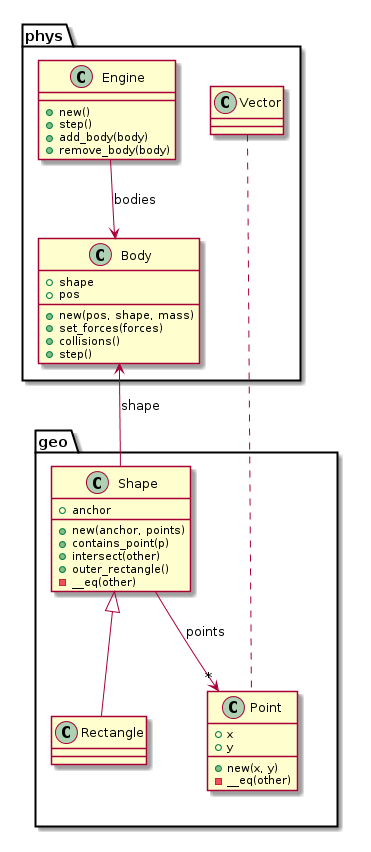
Above: doc/phys.png in andrenho/newhope (PlantUML), before the change. Its diagram source:
```plantuml
@startuml

package "geo" {
	Shape --> "*" Point : points
	Shape <|-- Rectangle
}

package "phys" {
	Engine --> Body : bodies
	Body <-- Shape : shape
	Vector .. Point
}

class Point {
	+x
	+y
	+new(x, y)
	-__eq(other)
}

class Shape {
	+anchor
	+new(anchor, points)
	+contains_point(p)
	+intersect(other)
	+outer_rectangle()
	-__eq(other)
}

class Engine {
	+new()
	+step()
	+add_body(body)
	+remove_body(body)
}

class Body {
	+shape
	+pos
	+new(pos, shape, mass)
	+set_forces(forces)
	+collisions()
	+step()
}

@enduml
```
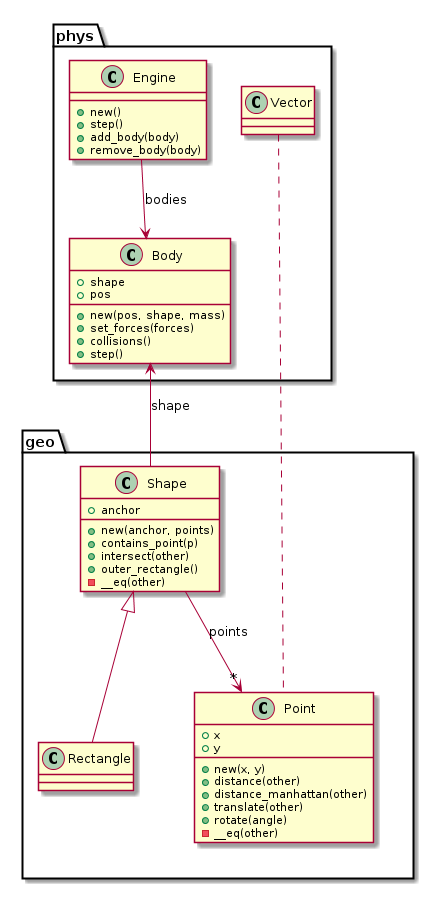
The same file after the commit.

What changed in the source:
```diff
@@ -15,6 +15,10 @@
 	+x
 	+y
 	+new(x, y)
+	+distance(other)
+	+distance_manhattan(other)
+	+translate(other)
+	+rotate(angle)
 	-__eq(other)
 }
 
```
